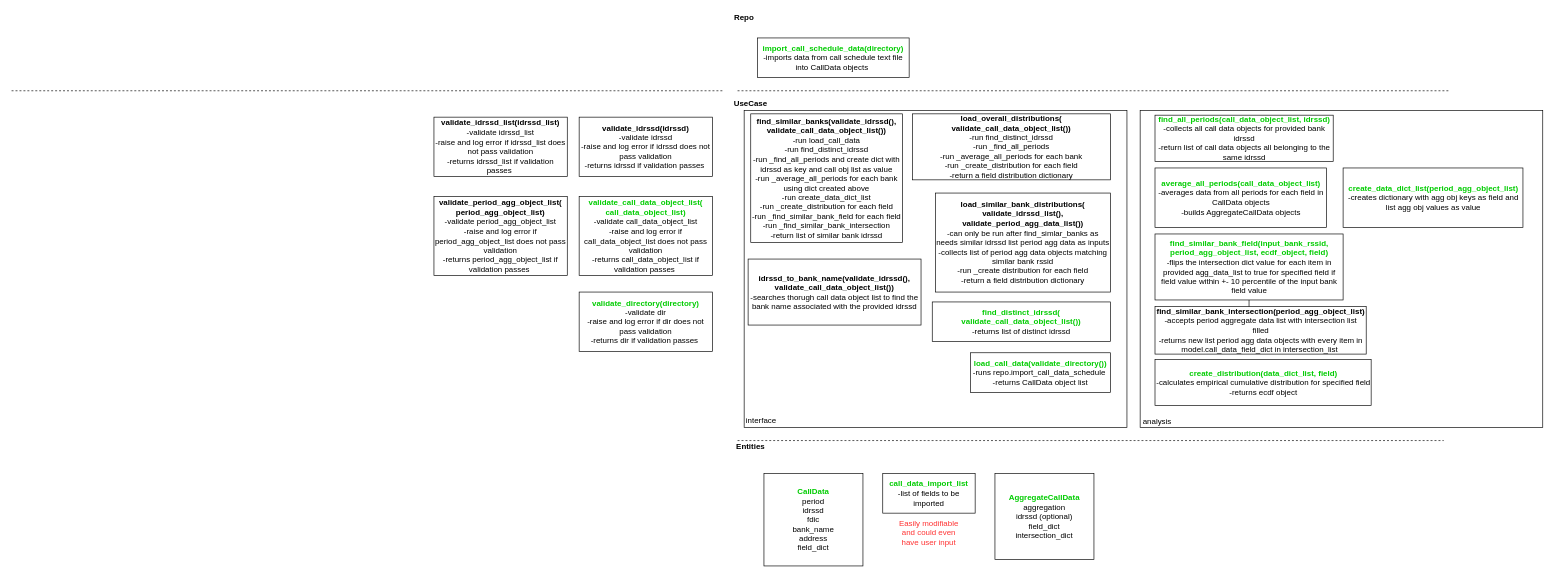
Above: page "architecture" (1 of 5) of architecture/bank_like_x_architecture.drawio in JasonBrauer/banklikex (draw.io), before the change. Source tidied: cells renumbered, new cells numbered last; positions are measured from the earlier drawing's top-left corner, leaving out a move shared by most shapes. Both pictures are drawn from the tidied source at 66%, with x=0, y=0 at pixel (11, 11).
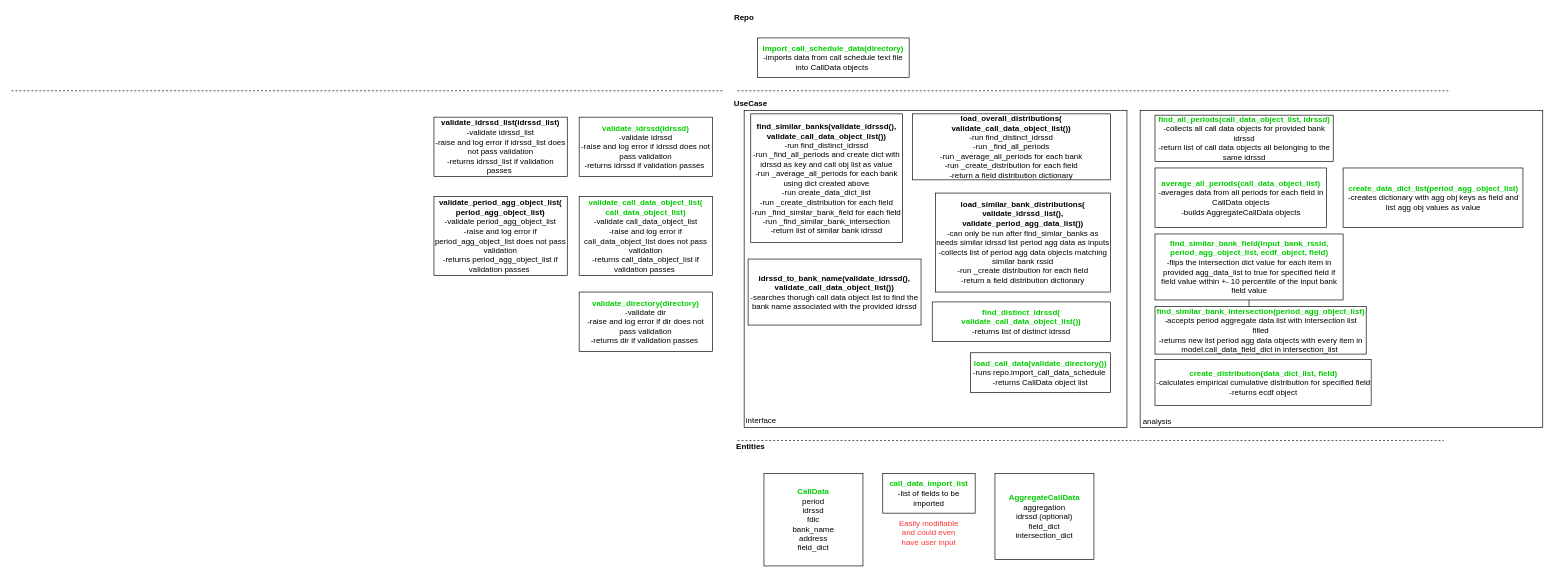
The same page after the edit.

What changed in the source:
```diff
@@
-    <mxCell id="11" value="&lt;b&gt;find_similar_banks(validate_idrssd(), validate_call_data_object_list())&lt;/b&gt;&lt;br&gt;-run load_call_data&lt;br&gt;-run find_distinct_idrssd&lt;br&gt;-run _find_all_periods and create dict with idrssd as key and call obj list as value&lt;br&gt;-run _average_all_periods for each bank using dict created above&lt;br&gt;-run create_data_dict_list&lt;br&gt;-run _create_distribution for each field&lt;br&gt;-run _find_similar_bank_field for each field&lt;br&gt;-run _find_similar_bank_intersection&lt;br&gt;-return list of similar bank idrssd" style="rounded=0;whiteSpace=wrap;html=1;" parent="1" vertex="1">
+    <mxCell id="11" value="&lt;b&gt;find_similar_banks(validate_idrssd(), validate_call_data_object_list())&lt;/b&gt;&lt;br&gt;-run find_distinct_idrssd&lt;br&gt;-run _find_all_periods and create dict with idrssd as key and call obj list as value&lt;br&gt;-run _average_all_periods for each bank using dict created above&lt;br&gt;-run create_data_dict_list&lt;br&gt;-run _create_distribution for each field&lt;br&gt;-run _find_similar_bank_field for each field&lt;br&gt;-run _find_similar_bank_intersection&lt;br&gt;-return list of similar bank idrssd" style="rounded=0;whiteSpace=wrap;html=1;" parent="1" vertex="1">
       <mxGeometry x="1120" y="155" width="230" height="195" as="geometry" />
     </mxCell>
@@
-    <mxCell id="22" value="&lt;b&gt;find_similar_bank_intersection(period_agg_object_list)&lt;/b&gt;&lt;br&gt;-accepts period aggregate data list with intersection list filled&lt;br&gt;-returns new list period agg data objects with every item in model.call_data_field_dict in intersection_list&amp;nbsp;" style="rounded=0;whiteSpace=wrap;html=1;" parent="1" vertex="1">
+    <mxCell id="22" value="&lt;b&gt;&lt;font color=&quot;#00cc00&quot;&gt;find_similar_bank_intersection(period_agg_object_list)&lt;/font&gt;&lt;/b&gt;&lt;br&gt;-accepts period aggregate data list with intersection list filled&lt;br&gt;-returns new list period agg data objects with every item in model.call_data_field_dict in intersection_list&amp;nbsp;" style="rounded=0;whiteSpace=wrap;html=1;" parent="1" vertex="1">
       <mxGeometry x="1732.5" y="447" width="320" height="72" as="geometry" />
     </mxCell>
@@
-    <mxCell id="26" value="&lt;b&gt;validate_idrssd(idrssd)&lt;/b&gt;&lt;br&gt;-validate idrssd&lt;br&gt;-raise and log error if idrssd does not pass validation&lt;br&gt;-returns idrssd if validation passes&amp;nbsp;" style="rounded=0;whiteSpace=wrap;html=1;" parent="1" vertex="1">
+    <mxCell id="26" value="&lt;b&gt;&lt;font color=&quot;#00cc00&quot;&gt;validate_idrssd(idrssd)&lt;/font&gt;&lt;/b&gt;&lt;br&gt;-validate idrssd&lt;br&gt;-raise and log error if idrssd does not pass validation&lt;br&gt;-returns idrssd if validation passes&amp;nbsp;" style="rounded=0;whiteSpace=wrap;html=1;" parent="1" vertex="1">
       <mxGeometry x="860" y="160" width="202" height="90" as="geometry" />
     </mxCell>
```
